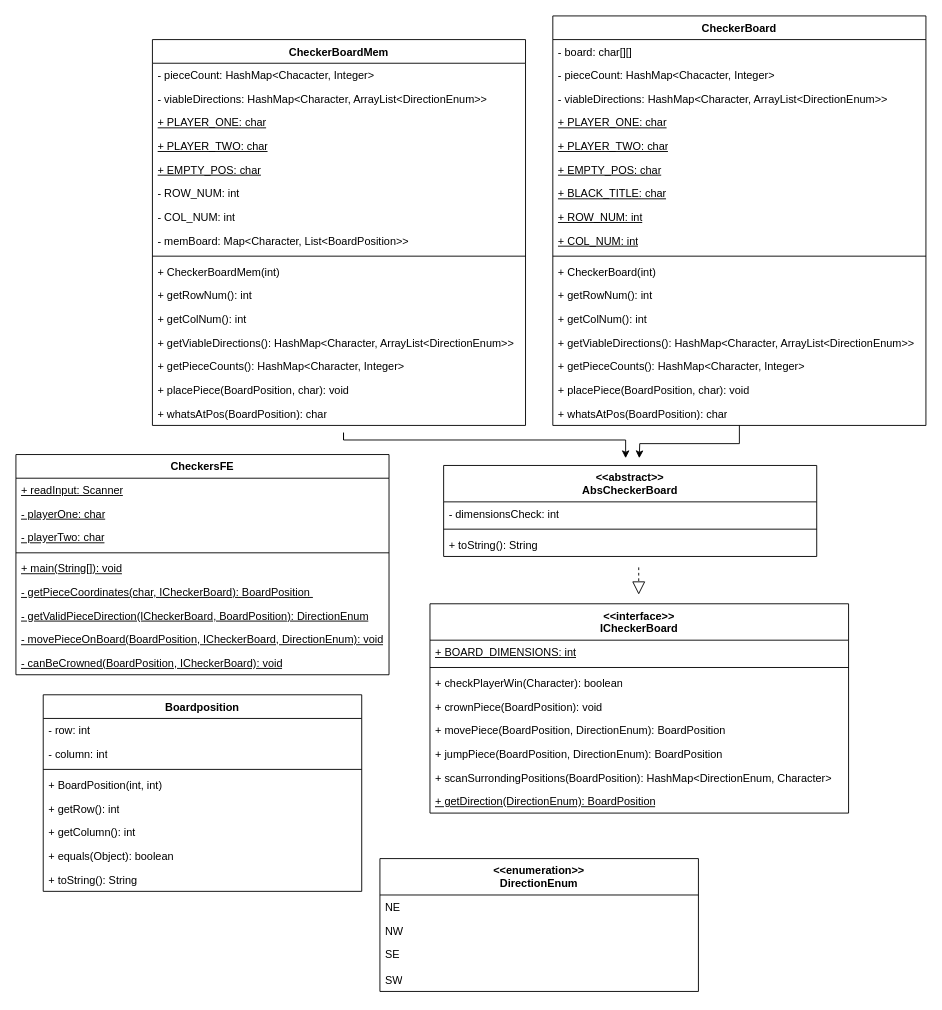
The draw.io diagram UMLs.drawio in ksurisetty11/checkers-project, before the edit. Source tidied: cells renumbered, new cells numbered last; positions are measured from the earlier drawing's top-left corner, leaving out a move shared by most shapes. Both pictures are drawn from the tidied source at 91%, with x=0, y=0 at pixel (15, 15).
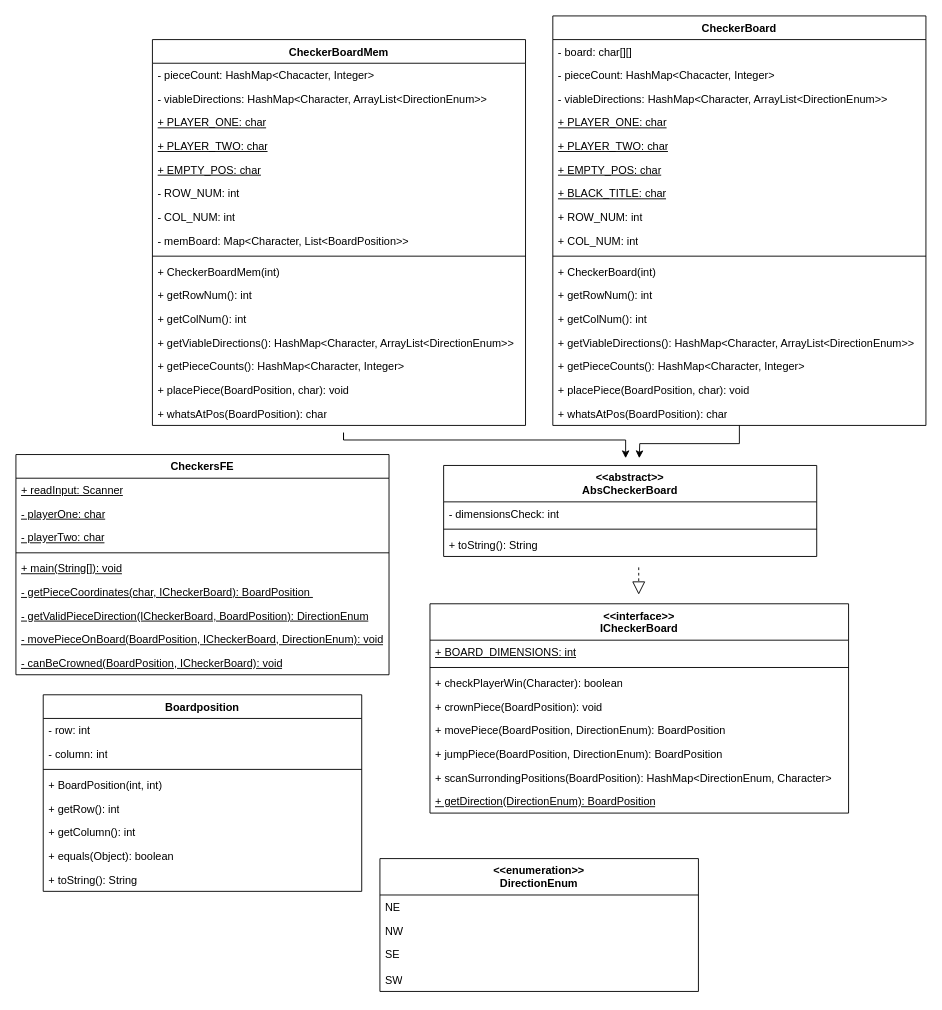
The same page after the edit.

Commit message:
updated CheckerBoard UML

The change refers to these unchanged cells:
```xml
<mxCell id="16" value="CheckerBoard" style="swimlane;fontStyle=1;align=center;verticalAlign=top;horizontal=1;startSize=26;whiteSpace=wrap;html=1;" parent="1" vertex="1">
  <mxGeometry x="590" width="410" height="450" as="geometry" />
</mxCell>
```

Diff of the diagram source:
```diff
@@
-    <mxCell id="24" value="+ ROW_NUM: int" style="text;strokeColor=none;fillColor=none;align=left;verticalAlign=top;spacingLeft=4;spacingRight=4;overflow=hidden;whiteSpace=wrap;html=1;fontStyle=4;" parent="16" vertex="1">
+    <mxCell id="24" value="+ ROW_NUM: int" style="text;strokeColor=none;fillColor=none;align=left;verticalAlign=top;spacingLeft=4;spacingRight=4;overflow=hidden;whiteSpace=wrap;html=1;fontStyle=0;" parent="16" vertex="1">
       <mxGeometry y="208" width="410" height="26" as="geometry" />
     </mxCell>
-    <mxCell id="25" value="+ COL_NUM: int" style="text;strokeColor=none;fillColor=none;align=left;verticalAlign=top;spacingLeft=4;spacingRight=4;overflow=hidden;whiteSpace=wrap;html=1;fontStyle=4;" parent="16" vertex="1">
+    <mxCell id="25" value="+ COL_NUM: int" style="text;strokeColor=none;fillColor=none;align=left;verticalAlign=top;spacingLeft=4;spacingRight=4;overflow=hidden;whiteSpace=wrap;html=1;fontStyle=0;" parent="16" vertex="1">
       <mxGeometry y="234" width="410" height="26" as="geometry" />
     </mxCell>
```
